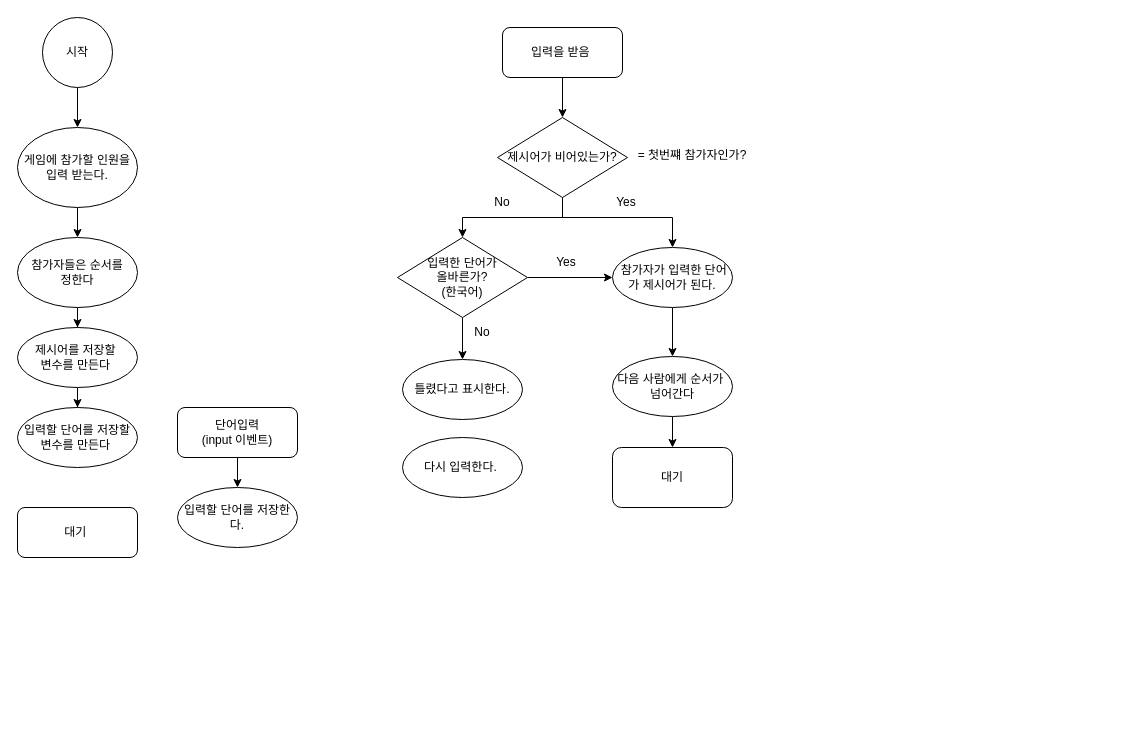
The draw.io diagram 끝말 잇기 게임.drawio in cine-choi/Flex_exercise, before the edit. Source tidied: cells renumbered, new cells numbered last; positions are measured from the earlier drawing's top-left corner, leaving out a move shared by most shapes. Both pictures are drawn from the tidied source at 100%, with x=0, y=0 at pixel (17, 17).
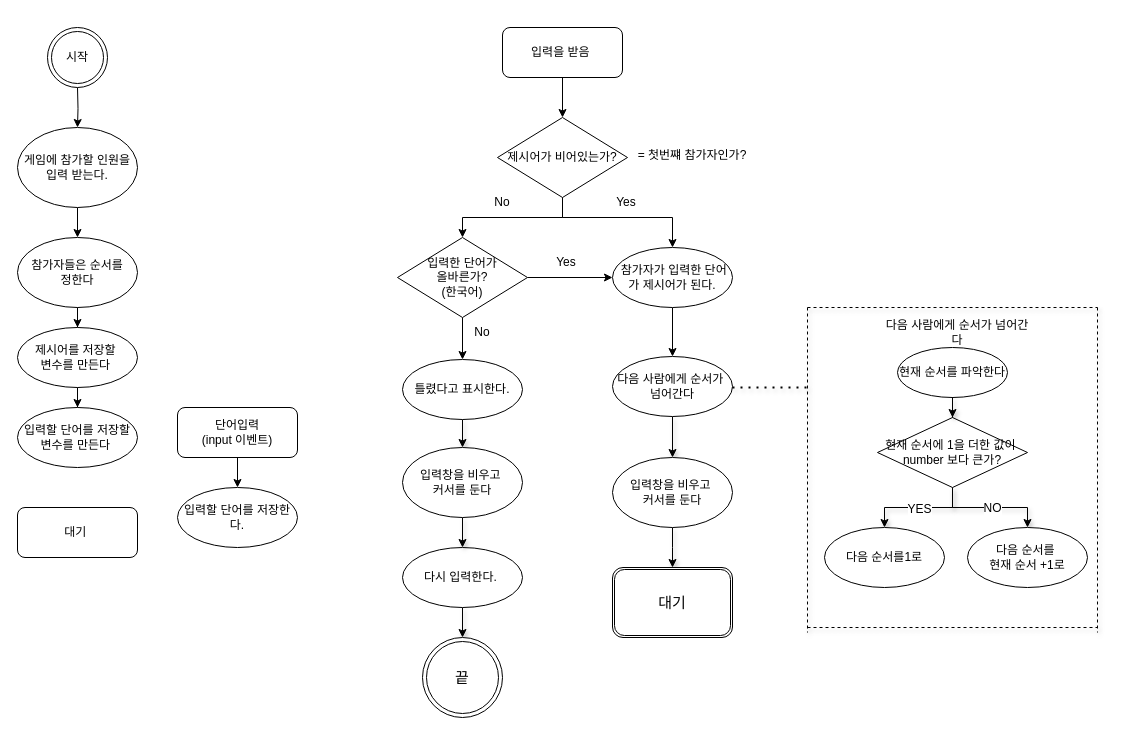
The same diagram, later.

Commit message:
끝말 잇기 게임.drawio 업데이트

The change refers to these unchanged cells:
```xml
<mxCell id="5" value="&amp;nbsp;게임에 참가할 인원을&amp;nbsp;&lt;br&gt;&amp;nbsp;입력 받는다.&amp;nbsp;" style="ellipse;whiteSpace=wrap;html=1;" parent="1" vertex="1">
  <mxGeometry y="110" width="120" height="80" as="geometry" />
</mxCell>
<mxCell id="19" value="다음 사람에게 순서가&amp;nbsp;&lt;br&gt;넘어간다" style="ellipse;whiteSpace=wrap;html=1;" parent="1" vertex="1">
  <mxGeometry x="595" y="339" width="120" height="60" as="geometry" />
</mxCell>
<mxCell id="25" value="틀렸다고 표시한다." style="ellipse;whiteSpace=wrap;html=1;" parent="1" vertex="1">
  <mxGeometry x="385" y="342" width="120" height="60" as="geometry" />
</mxCell>
```

Change to the diagram source:
```diff
@@
-    <mxCell id="2" style="edgeStyle=orthogonalEdgeStyle;rounded=0;jettySize=auto;html=1;" parent="1" edge="1" source="3" target="5">
-      <mxGeometry relative="1" as="geometry" />
+    <mxCell id="2" style="edgeStyle=orthogonalEdgeStyle;rounded=0;jettySize=auto;html=1;" parent="1" edge="1" target="5">
+      <mxGeometry relative="1" as="geometry">
+        <mxPoint x="60" y="70" as="sourcePoint" />
+      </mxGeometry>
     </mxCell>
-    <mxCell id="3" value="&amp;nbsp;시작&amp;nbsp;" style="ellipse;whiteSpace=wrap;html=1;" parent="1" vertex="1">
-      <mxGeometry x="25" width="70" height="70" as="geometry" />
-    </mxCell>
@@
-    <mxCell id="18" style="edgeStyle=orthogonalEdgeStyle;rounded=0;jettySize=auto;html=1;" parent="1" edge="1" source="19" target="27">
-      <mxGeometry relative="1" as="geometry" />
-    </mxCell>
+    <mxCell id="35" style="edgeStyle=orthogonalEdgeStyle;rounded=0;jettySize=auto;html=1;shadow=1;" parent="1" edge="1" source="19" target="54">
+      <mxGeometry relative="1" as="geometry" />
+    </mxCell>
@@
+    <mxCell id="36" style="edgeStyle=orthogonalEdgeStyle;rounded=0;jettySize=auto;html=1;shadow=1;" parent="1" edge="1" source="25" target="56">
+      <mxGeometry relative="1" as="geometry" />
+    </mxCell>
@@
+    <mxCell id="37" style="edgeStyle=orthogonalEdgeStyle;rounded=0;jettySize=auto;html=1;shadow=1;fontSize=15;" parent="1" edge="1" source="26" target="57">
+      <mxGeometry relative="1" as="geometry" />
+    </mxCell>
     <mxCell id="26" value="다시 입력한다.&amp;nbsp;" style="ellipse;whiteSpace=wrap;html=1;" parent="1" vertex="1">
-      <mxGeometry x="385" y="420" width="120" height="60" as="geometry" />
+      <mxGeometry x="385" y="530" width="120" height="60" as="geometry" />
     </mxCell>
-    <mxCell id="27" value="대기" style="rounded=1;whiteSpace=wrap;html=1;" parent="1" vertex="1">
-      <mxGeometry x="595" y="430" width="120" height="60" as="geometry" />
-    </mxCell>
@@
+    <mxCell id="38" value="&lt;br&gt;&lt;br&gt;&lt;br&gt;" style="endArrow=none;dashed=1;html=1;dashPattern=1 3;strokeWidth=2;rounded=0;shadow=1;" parent="1" edge="1">
+      <mxGeometry relative="1" as="geometry">
+        <mxPoint x="715" y="370" as="sourcePoint" />
+        <mxPoint x="790" y="370" as="targetPoint" />
+      </mxGeometry>
+    </mxCell>
+    <mxCell id="3" value="시작" style="ellipse;shape=doubleEllipse;whiteSpace=wrap;html=1;" parent="1" vertex="1">
+      <mxGeometry x="30" y="10" width="60" height="60" as="geometry" />
+    </mxCell>
+    <mxCell id="39" style="endArrow=none;dashed=1;html=1;rounded=0;shadow=1;" parent="1" edge="1">
+      <mxGeometry relative="1" as="geometry">
+        <mxPoint x="790" y="290" as="sourcePoint" />
+        <mxPoint x="1080" y="290" as="targetPoint" />
+      </mxGeometry>
+    </mxCell>
+    <mxCell id="40" style="endArrow=none;dashed=1;html=1;rounded=0;shadow=1;" parent="1" edge="1">
+      <mxGeometry relative="1" as="geometry">
+        <mxPoint x="790" y="290" as="sourcePoint" />
+        <mxPoint x="790" y="615" as="targetPoint" />
+      </mxGeometry>
+    </mxCell>
+    <mxCell id="41" value="다음 사람에게 순서가 넘어간다" style="text;html=1;strokeColor=none;fillColor=none;align=center;verticalAlign=middle;whiteSpace=wrap;rounded=0;" parent="1" vertex="1">
+      <mxGeometry x="865" y="300" width="150" height="30" as="geometry" />
+    </mxCell>
+    <mxCell id="42" value="현재 순서를 파악한다" style="ellipse;whiteSpace=wrap;html=1;" parent="1" vertex="1">
+      <mxGeometry x="880" y="330" width="110" height="50" as="geometry" />
+    </mxCell>
+    <mxCell id="43" style="edgeStyle=orthogonalEdgeStyle;rounded=0;jettySize=auto;html=1;shadow=1;" parent="1" edge="1" source="47" target="49">
+      <mxGeometry relative="1" as="geometry" />
+    </mxCell>
+    <mxCell id="44" value="&lt;font style=&quot;font-size: 12px;&quot;&gt;YES&lt;/font&gt;" style="edgeLabel;html=1;align=center;verticalAlign=middle;fontSize=15;" parent="43" vertex="1">
+      <mxGeometry relative="1" as="geometry">
+        <mxPoint y="-1" as="offset" />
+      </mxGeometry>
+    </mxCell>
+    <mxCell id="45" style="edgeStyle=orthogonalEdgeStyle;rounded=0;jettySize=auto;html=1;shadow=1;" parent="1" edge="1" source="47" target="50">
+      <mxGeometry relative="1" as="geometry" />
+    </mxCell>
+    <mxCell id="46" value="&lt;font style=&quot;font-size: 12px;&quot;&gt;NO&lt;/font&gt;" style="edgeLabel;html=1;align=center;verticalAlign=middle;" parent="45" vertex="1">
+      <mxGeometry x="0.02" y="2" relative="1" as="geometry">
+        <mxPoint y="2" as="offset" />
+      </mxGeometry>
+    </mxCell>
+    <mxCell id="47" value="현재 순서에 1을 더한 값이&amp;nbsp;&lt;br&gt;number 보다 큰가?" style="rhombus;whiteSpace=wrap;html=1;" parent="1" vertex="1">
+      <mxGeometry x="860" y="400" width="150" height="70" as="geometry" />
+    </mxCell>
+    <mxCell id="48" style="edgeStyle=orthogonalEdgeStyle;rounded=0;jettySize=auto;html=1;shadow=1;" parent="1" edge="1" source="42" target="47">
+      <mxGeometry relative="1" as="geometry" />
+    </mxCell>
+    <mxCell id="49" value="다음 순서를1로" style="ellipse;whiteSpace=wrap;html=1;" parent="1" vertex="1">
+      <mxGeometry x="807" y="510" width="120" height="60" as="geometry" />
+    </mxCell>
+    <mxCell id="50" value="다음 순서를&amp;nbsp;&lt;br&gt;현재 순서 +1로" style="ellipse;whiteSpace=wrap;html=1;" parent="1" vertex="1">
+      <mxGeometry x="950" y="510" width="120" height="60" as="geometry" />
+    </mxCell>
+    <mxCell id="51" style="endArrow=none;dashed=1;html=1;rounded=0;shadow=1;" parent="1" edge="1">
+      <mxGeometry relative="1" as="geometry">
+        <mxPoint x="790" y="610" as="sourcePoint" />
+        <mxPoint x="1080" y="610" as="targetPoint" />
+      </mxGeometry>
+    </mxCell>
+    <mxCell id="52" style="endArrow=none;dashed=1;html=1;rounded=0;shadow=1;" parent="1" edge="1">
+      <mxGeometry relative="1" as="geometry">
+        <mxPoint x="1080" y="290" as="sourcePoint" />
+        <mxPoint x="1080" y="615" as="targetPoint" />
+      </mxGeometry>
+    </mxCell>
+    <mxCell id="53" style="edgeStyle=orthogonalEdgeStyle;rounded=0;jettySize=auto;html=1;shadow=1;" parent="1" edge="1" source="54">
+      <mxGeometry relative="1" as="geometry">
+        <mxPoint x="655" y="550" as="targetPoint" />
+      </mxGeometry>
+    </mxCell>
+    <mxCell id="54" value="입력창을 비우고&amp;nbsp;&lt;br&gt;커서를 둔다" style="ellipse;whiteSpace=wrap;html=1;" parent="1" vertex="1">
+      <mxGeometry x="595" y="440" width="120" height="70" as="geometry" />
+    </mxCell>
+    <mxCell id="55" style="edgeStyle=orthogonalEdgeStyle;rounded=0;jettySize=auto;html=1;shadow=1;" parent="1" edge="1" source="56" target="26">
+      <mxGeometry relative="1" as="geometry" />
+    </mxCell>
+    <mxCell id="56" value="입력창을 비우고&amp;nbsp;&lt;br&gt;커서를 둔다" style="ellipse;whiteSpace=wrap;html=1;" parent="1" vertex="1">
+      <mxGeometry x="385" y="430" width="120" height="70" as="geometry" />
+    </mxCell>
+    <mxCell id="57" value="&lt;font style=&quot;font-size: 15px;&quot;&gt;끝&lt;/font&gt;" style="ellipse;shape=doubleEllipse;whiteSpace=wrap;html=1;" parent="1" vertex="1">
+      <mxGeometry x="405" y="620" width="80" height="80" as="geometry" />
+    </mxCell>
+    <mxCell id="27" value="대기" style="shape=ext;double=1;rounded=1;whiteSpace=wrap;html=1;fontSize=15;" parent="1" vertex="1">
+      <mxGeometry x="595" y="550" width="120" height="70" as="geometry" />
+    </mxCell>
```
